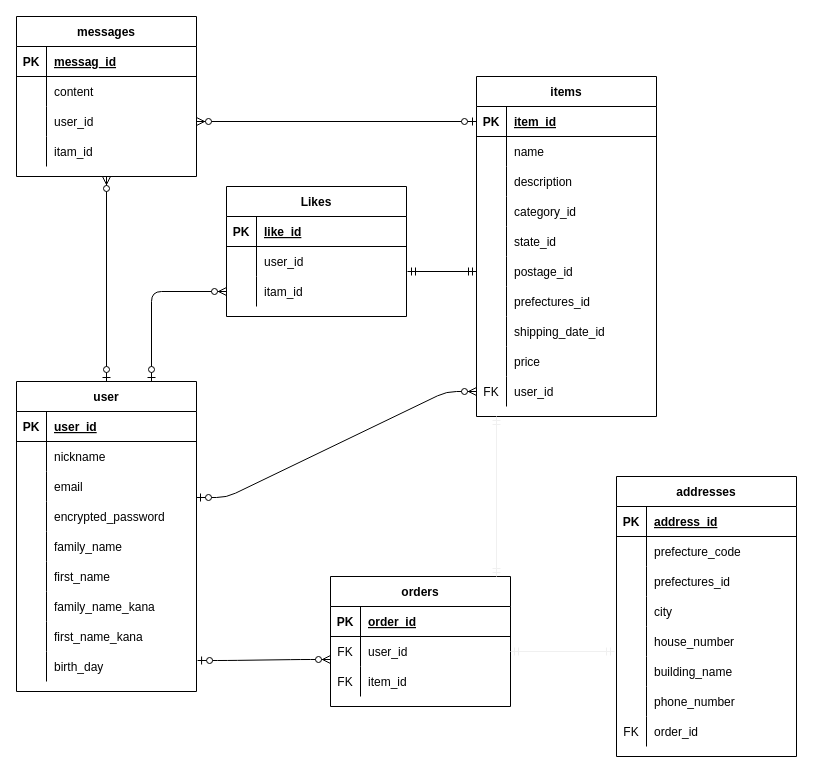
Earlier version of the draw.io diagram furima-3448.dio (pyontarou/furima-34478). Source tidied: cells renumbered, new cells numbered last; positions are measured from the earlier drawing's top-left corner, leaving out a move shared by most shapes. Both pictures are drawn from the tidied source at 100%, with x=0, y=0 at pixel (16, 16).
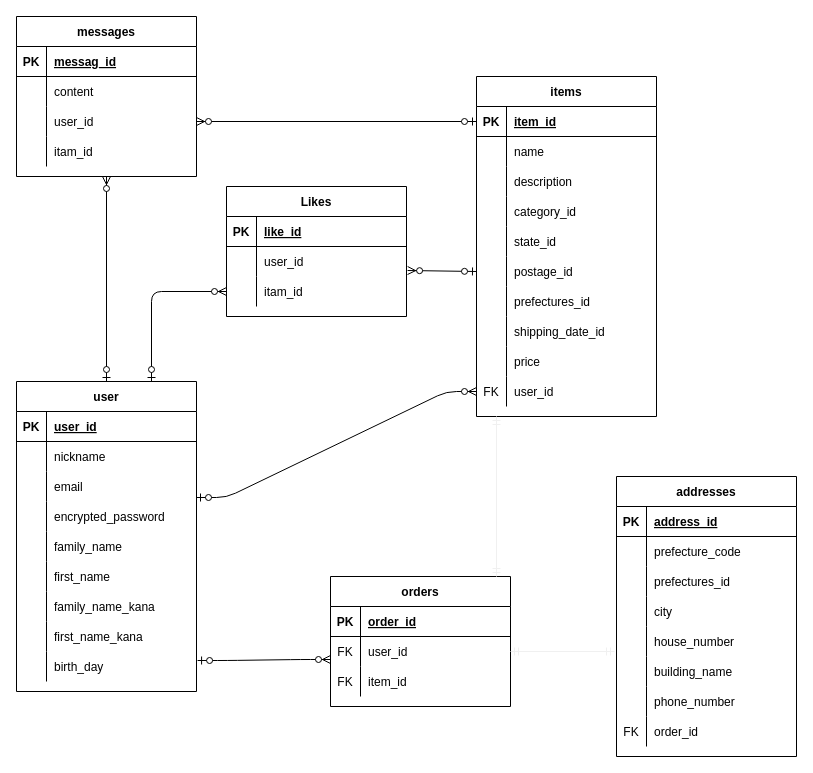
Above is the later version.

The change refers to these unchanged cells:
```xml
<mxCell id="56" style="shape=partialRectangle;fillColor=none;top=0;left=0;bottom=0;right=0;points=[[0,0.5],[1,0.5]];portConstraint=eastwest;" parent="40" vertex="1">
  <mxGeometry y="180" width="180" height="30" as="geometry" />
</mxCell>
<mxCell id="119" style="shape=partialRectangle;fillColor=none;top=0;left=0;bottom=0;right=0;points=[[0,0.5],[1,0.5]];portConstraint=eastwest;" parent="115" vertex="1">
  <mxGeometry y="60" width="180" height="30" as="geometry" />
</mxCell>
```

The edit, as a diff of the source:
```diff
@@
-    <mxCell id="126" style="fontSize=12;html=1;endArrow=ERmandOne;startArrow=ERmandOne;entryX=0;entryY=0.5;entryDx=0;entryDy=0;" parent="1" edge="1" target="56">
-      <mxGeometry relative="1" as="geometry">
-        <mxPoint x="391" y="255" as="sourcePoint" />
-      </mxGeometry>
+    <mxCell id="126" style="fontSize=12;html=1;endArrow=ERzeroToMany;startArrow=ERzeroToOne;entryX=1.006;entryY=0.8;entryDx=0;entryDy=0;entryPerimeter=0;exitX=0;exitY=0.5;exitDx=0;exitDy=0;" parent="1" edge="1" source="56" target="119">
+      <mxGeometry relative="1" as="geometry" />
     </mxCell>
```
